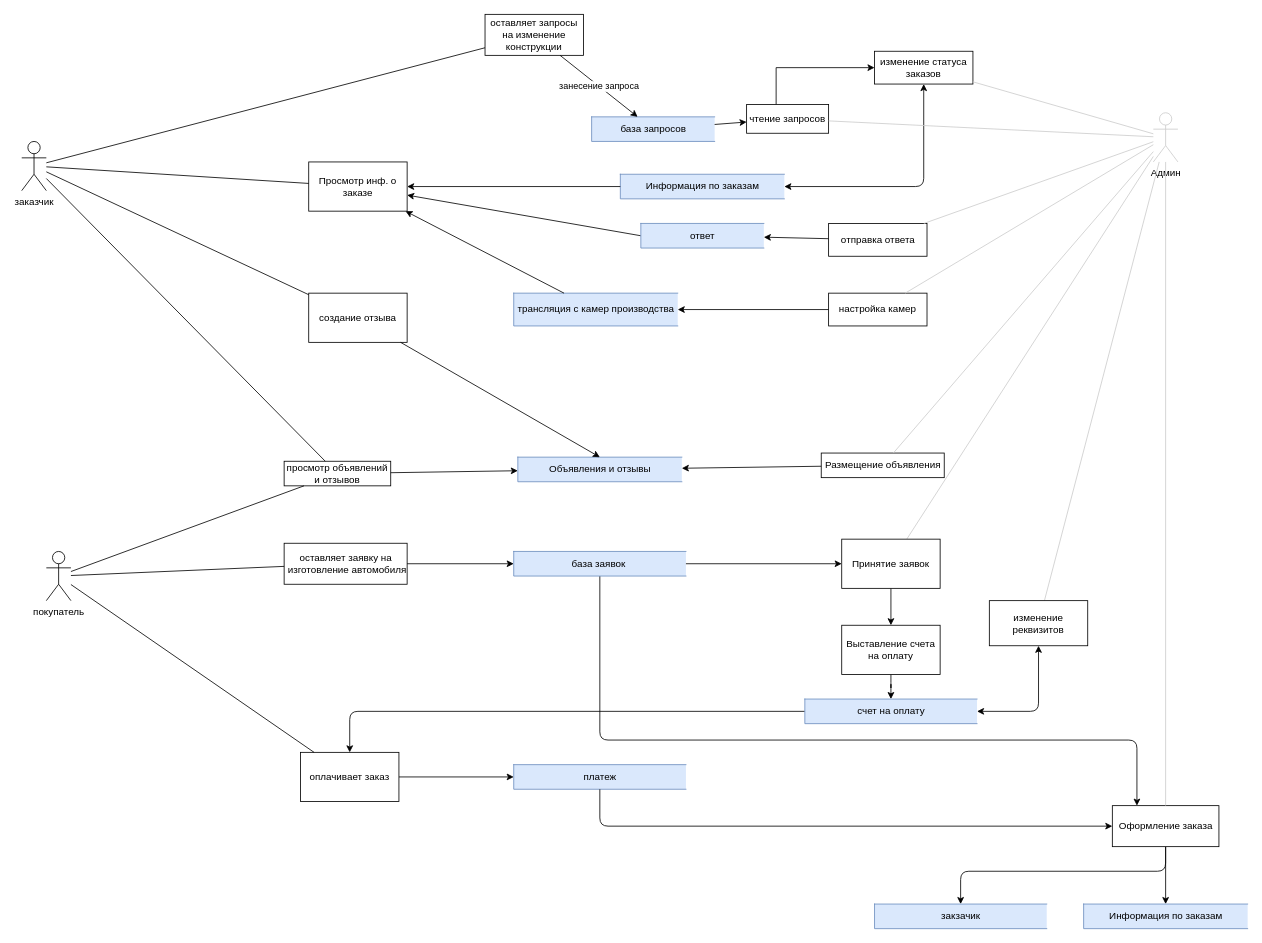
Above: DIAGRAMS/DFD.drawio in PashkoW/Repository1 (draw.io), before the change. Source tidied: cells renumbered, new cells numbered last; positions are measured from the earlier drawing's top-left corner, leaving out a move shared by most shapes. Both pictures are drawn from the tidied source at 82%, with x=0, y=0 at pixel (21, 14).
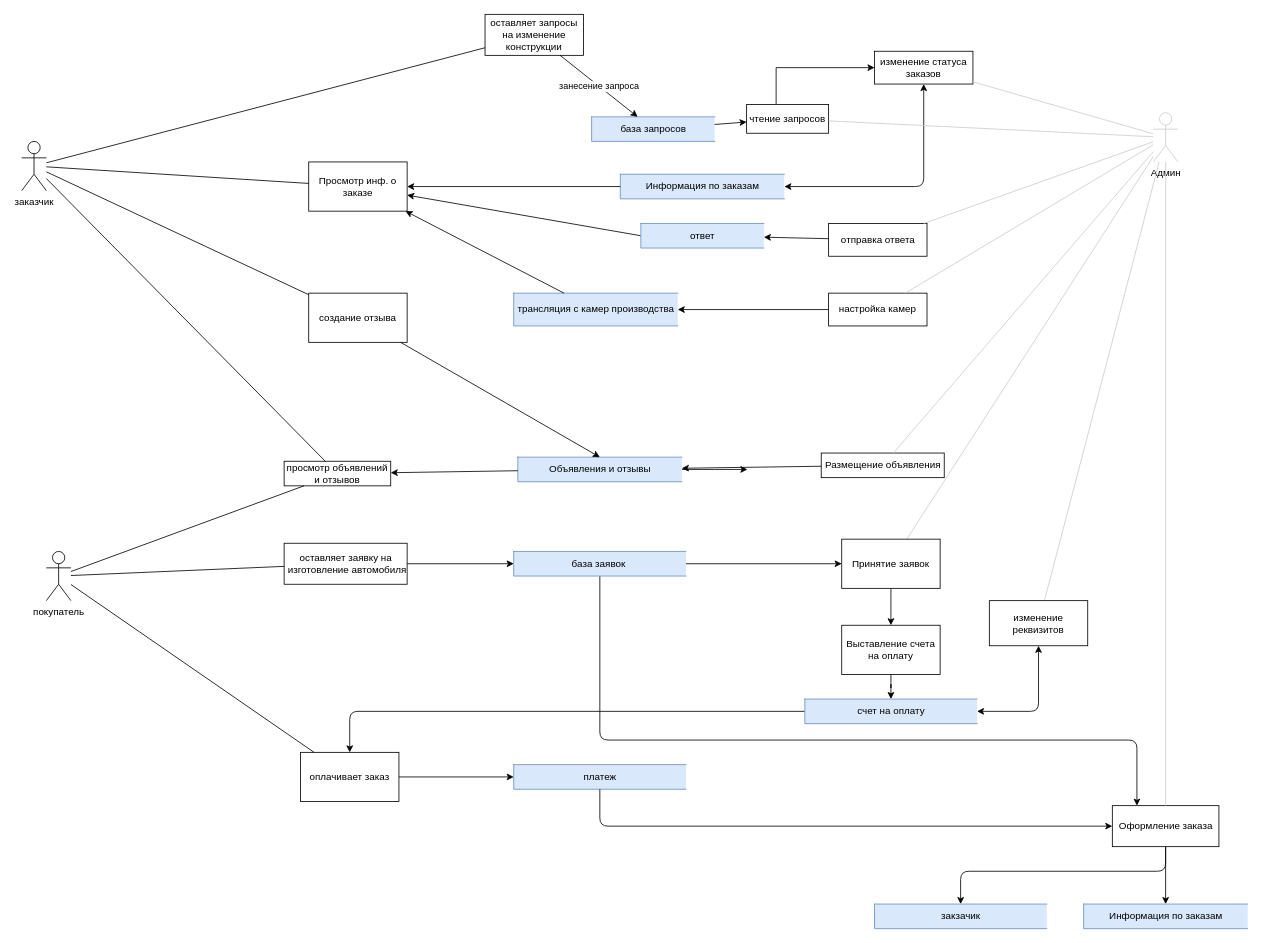
Above is the later version.

The change refers to these unchanged cells:
```xml
<mxCell id="20" value="Объявления и отзывы" style="html=1;dashed=0;whitespace=wrap;shape=partialRectangle;right=0;fillColor=#dae8fc;strokeColor=#6c8ebf;" parent="1" vertex="1">
  <mxGeometry x="605" y="540" width="200" height="30" as="geometry" />
</mxCell>
<mxCell id="31" value="просмотр объявлений и отзывов" style="rounded=0;whiteSpace=wrap;html=1;" parent="1" vertex="1">
  <mxGeometry x="320" y="545" width="130" height="30" as="geometry" />
</mxCell>
```

Diff of the diagram source:
```diff
@@
+    <mxCell id="69" style="edgeStyle=orthogonalEdgeStyle;rounded=0;jettySize=auto;html=1;" parent="1" edge="1" source="20">
+      <mxGeometry relative="1" as="geometry">
+        <mxPoint x="885" y="555" as="targetPoint" />
+      </mxGeometry>
+    </mxCell>
@@
-    <mxCell id="34" style="endArrow=classic;html=1;" parent="1" edge="1" source="31" target="20">
+    <mxCell id="34" style="endArrow=classic;html=1;" parent="1" edge="1" source="20" target="31">
       <mxGeometry relative="1" as="geometry" />
     </mxCell>
```
